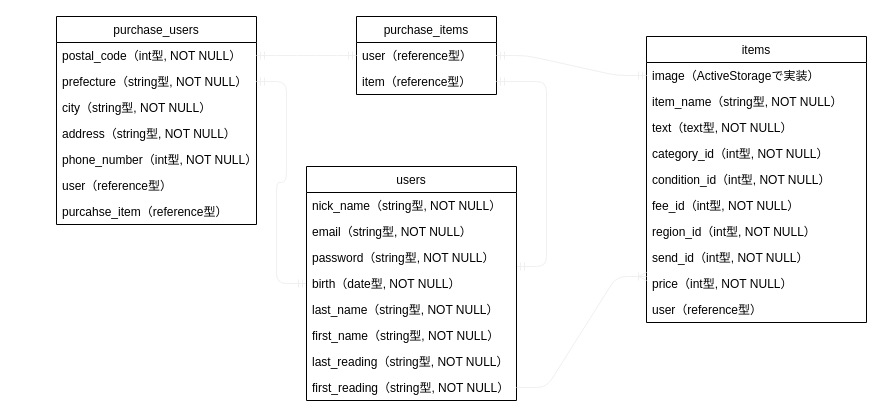
sazanami16/furima-31496 keeps this draw.io diagram as furima.dio. Above is the earlier version. Source tidied: cells renumbered, new cells numbered last; positions are measured from the earlier drawing's top-left corner, leaving out a move shared by most shapes. Both pictures are drawn from the tidied source at 100%, with x=0, y=0 at pixel (56, 16).
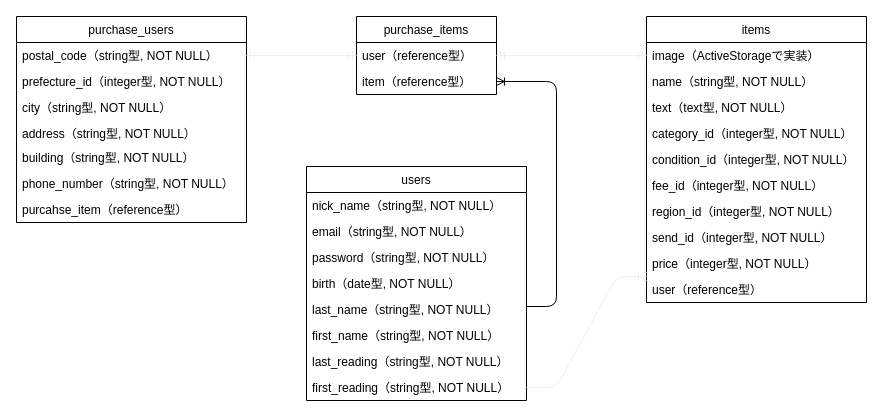
The same page after the edit.

Commit message (it also covers changes not shown here):
READMEへの設計情報記述を修正 Part3

再度カラムの追加、アソシエーションの修正等を行いました。

The change refers to these unchanged cells:
```xml
<mxCell id="16" value="item（reference型）&#10;" style="text;strokeColor=none;fillColor=none;align=left;verticalAlign=top;spacingLeft=4;spacingRight=4;overflow=hidden;points=[[0,0.5],[1,0.5]];portConstraint=eastwest;" parent="14" vertex="1">
  <mxGeometry y="52" width="140" height="26" as="geometry" />
</mxCell>
```

Diff of the diagram source:
```diff
@@
     <mxCell id="2" value="items" style="swimlane;fontStyle=0;horizontal=1;startSize=26;fillColor=none;" parent="1" vertex="1">
-      <mxGeometry x="590" y="20" width="220" height="286" as="geometry" />
+      <mxGeometry x="590" width="220" height="286" as="geometry" />
     </mxCell>
@@
-    <mxCell id="4" value="item_name（string型, NOT NULL）" style="text;strokeColor=none;fillColor=none;align=left;verticalAlign=top;spacingLeft=4;spacingRight=4;overflow=hidden;" parent="2" vertex="1">
+    <mxCell id="4" value="name（string型, NOT NULL）" style="text;strokeColor=none;fillColor=none;align=left;verticalAlign=top;spacingLeft=4;spacingRight=4;overflow=hidden;" parent="2" vertex="1">
       <mxGeometry y="52" width="220" height="26" as="geometry" />
     </mxCell>
@@
-    <mxCell id="6" value="category_id（int型, NOT NULL）" style="text;strokeColor=none;fillColor=none;align=left;verticalAlign=top;spacingLeft=4;spacingRight=4;overflow=hidden;" parent="2" vertex="1">
+    <mxCell id="6" value="category_id（integer型, NOT NULL）" style="text;strokeColor=none;fillColor=none;align=left;verticalAlign=top;spacingLeft=4;spacingRight=4;overflow=hidden;" parent="2" vertex="1">
       <mxGeometry y="104" width="220" height="26" as="geometry" />
     </mxCell>
-    <mxCell id="7" value="condition_id（int型, NOT NULL）" style="text;strokeColor=none;fillColor=none;align=left;verticalAlign=top;spacingLeft=4;spacingRight=4;overflow=hidden;" parent="2" vertex="1">
+    <mxCell id="7" value="condition_id（integer型, NOT NULL）" style="text;strokeColor=none;fillColor=none;align=left;verticalAlign=top;spacingLeft=4;spacingRight=4;overflow=hidden;" parent="2" vertex="1">
       <mxGeometry y="130" width="220" height="26" as="geometry" />
     </mxCell>
-    <mxCell id="8" value="fee_id（int型, NOT NULL）" style="text;strokeColor=none;fillColor=none;align=left;verticalAlign=top;spacingLeft=4;spacingRight=4;overflow=hidden;" parent="2" vertex="1">
+    <mxCell id="8" value="fee_id（integer型, NOT NULL）" style="text;strokeColor=none;fillColor=none;align=left;verticalAlign=top;spacingLeft=4;spacingRight=4;overflow=hidden;" parent="2" vertex="1">
       <mxGeometry y="156" width="220" height="26" as="geometry" />
     </mxCell>
-    <mxCell id="9" value="region_id（int型, NOT NULL）" style="text;strokeColor=none;fillColor=none;align=left;verticalAlign=top;spacingLeft=4;spacingRight=4;overflow=hidden;" parent="2" vertex="1">
+    <mxCell id="9" value="region_id（integer型, NOT NULL）" style="text;strokeColor=none;fillColor=none;align=left;verticalAlign=top;spacingLeft=4;spacingRight=4;overflow=hidden;" parent="2" vertex="1">
       <mxGeometry y="182" width="220" height="26" as="geometry" />
     </mxCell>
-    <mxCell id="10" value="send_id（int型, NOT NULL）" style="text;strokeColor=none;fillColor=none;align=left;verticalAlign=top;spacingLeft=4;spacingRight=4;overflow=hidden;" parent="2" vertex="1">
+    <mxCell id="10" value="send_id（integer型, NOT NULL）" style="text;strokeColor=none;fillColor=none;align=left;verticalAlign=top;spacingLeft=4;spacingRight=4;overflow=hidden;" parent="2" vertex="1">
       <mxGeometry y="208" width="220" height="26" as="geometry" />
     </mxCell>
-    <mxCell id="11" value="price（int型, NOT NULL）" style="text;strokeColor=none;fillColor=none;align=left;verticalAlign=top;spacingLeft=4;spacingRight=4;overflow=hidden;" parent="2" vertex="1">
+    <mxCell id="11" value="price（integer型, NOT NULL）" style="text;strokeColor=none;fillColor=none;align=left;verticalAlign=top;spacingLeft=4;spacingRight=4;overflow=hidden;" parent="2" vertex="1">
       <mxGeometry y="234" width="220" height="26" as="geometry" />
     </mxCell>
@@
     <mxCell id="17" value="purchase_users" style="swimlane;fontStyle=0;horizontal=1;startSize=26;fillColor=none;align=center;" parent="1" vertex="1">
-      <mxGeometry width="200" height="208" as="geometry" />
+      <mxGeometry x="-40" width="230" height="206" as="geometry" />
     </mxCell>
-    <mxCell id="18" value="postal_code（int型, NOT NULL）" style="text;strokeColor=none;fillColor=none;align=left;verticalAlign=top;spacingLeft=4;spacingRight=4;overflow=hidden;points=[[0,0.5],[1,0.5]];portConstraint=eastwest;" parent="17" vertex="1">
-      <mxGeometry y="26" width="200" height="26" as="geometry" />
+    <mxCell id="18" value="postal_code（string型, NOT NULL）" style="text;strokeColor=none;fillColor=none;align=left;verticalAlign=top;spacingLeft=4;spacingRight=4;overflow=hidden;points=[[0,0.5],[1,0.5]];portConstraint=eastwest;" parent="17" vertex="1">
+      <mxGeometry y="26" width="230" height="26" as="geometry" />
     </mxCell>
-    <mxCell id="19" value="prefecture（string型, NOT NULL）" style="text;strokeColor=none;fillColor=none;align=left;verticalAlign=top;spacingLeft=4;spacingRight=4;overflow=hidden;points=[[0,0.5],[1,0.5]];portConstraint=eastwest;" parent="17" vertex="1">
-      <mxGeometry y="52" width="200" height="26" as="geometry" />
+    <mxCell id="19" value="prefecture_id（integer型, NOT NULL）" style="text;strokeColor=none;fillColor=none;align=left;verticalAlign=top;spacingLeft=4;spacingRight=4;overflow=hidden;points=[[0,0.5],[1,0.5]];portConstraint=eastwest;" parent="17" vertex="1">
+      <mxGeometry y="52" width="230" height="26" as="geometry" />
     </mxCell>
     <mxCell id="20" value="city（string型, NOT NULL）" style="text;strokeColor=none;fillColor=none;align=left;verticalAlign=top;spacingLeft=4;spacingRight=4;overflow=hidden;" parent="17" vertex="1">
-      <mxGeometry y="78" width="200" height="26" as="geometry" />
+      <mxGeometry y="78" width="230" height="26" as="geometry" />
     </mxCell>
     <mxCell id="21" value="address（string型, NOT NULL）" style="text;strokeColor=none;fillColor=none;align=left;verticalAlign=top;spacingLeft=4;spacingRight=4;overflow=hidden;" parent="17" vertex="1">
-      <mxGeometry y="104" width="200" height="26" as="geometry" />
+      <mxGeometry y="104" width="230" height="24" as="geometry" />
     </mxCell>
+    <mxCell id="39" value="building（string型, NOT NULL）" style="text;strokeColor=none;fillColor=none;align=left;verticalAlign=top;spacingLeft=4;spacingRight=4;overflow=hidden;" parent="17" vertex="1">
+      <mxGeometry y="128" width="230" height="26" as="geometry" />
+    </mxCell>
-    <mxCell id="22" value="phone_number（int型, NOT NULL）" style="text;strokeColor=none;fillColor=none;align=left;verticalAlign=top;spacingLeft=4;spacingRight=4;overflow=hidden;" parent="17" vertex="1">
-      <mxGeometry y="130" width="200" height="26" as="geometry" />
+    <mxCell id="22" value="phone_number（string型, NOT NULL）" style="text;strokeColor=none;fillColor=none;align=left;verticalAlign=top;spacingLeft=4;spacingRight=4;overflow=hidden;" parent="17" vertex="1">
+      <mxGeometry y="154" width="230" height="26" as="geometry" />
     </mxCell>
-    <mxCell id="23" value="user（reference型）" style="text;strokeColor=none;fillColor=none;align=left;verticalAlign=top;spacingLeft=4;spacingRight=4;overflow=hidden;" parent="17" vertex="1">
-      <mxGeometry y="156" width="200" height="26" as="geometry" />
-    </mxCell>
     <mxCell id="24" value="purcahse_item（reference型）" style="text;strokeColor=none;fillColor=none;align=left;verticalAlign=top;spacingLeft=4;spacingRight=4;overflow=hidden;" parent="17" vertex="1">
-      <mxGeometry y="182" width="200" height="26" as="geometry" />
+      <mxGeometry y="180" width="230" height="26" as="geometry" />
     </mxCell>
-    <mxCell id="25" style="edgeStyle=entityRelationEdgeStyle;fontSize=12;html=1;endArrow=ERmandOne;startArrow=ERmandOne;strokeColor=#f0f0f0;exitX=1;exitY=0.5;exitDx=0;exitDy=0;" parent="1" edge="1" source="19" target="33">
-      <mxGeometry relative="1" as="geometry" />
-    </mxCell>
-    <mxCell id="26" style="edgeStyle=entityRelationEdgeStyle;fontSize=12;html=1;endArrow=ERmandOne;startArrow=ERmandOne;strokeColor=#f0f0f0;entryX=1;entryY=0.5;entryDx=0;entryDy=0;" parent="1" edge="1" target="16">
-      <mxGeometry relative="1" as="geometry">
-        <mxPoint x="460" y="250" as="sourcePoint" />
-      </mxGeometry>
-    </mxCell>
@@
     <mxCell id="29" value="users" style="swimlane;fontStyle=0;horizontal=1;startSize=26;fillColor=none;" parent="1" vertex="1">
-      <mxGeometry x="250" y="150" width="210" height="234" as="geometry" />
+      <mxGeometry x="250" y="150" width="220" height="234" as="geometry" />
     </mxCell>
     <mxCell id="30" value="nick_name（string型, NOT NULL）&#10;&#10;&#10;" style="text;strokeColor=none;fillColor=none;align=left;verticalAlign=top;spacingLeft=4;spacingRight=4;overflow=hidden;" parent="29" vertex="1">
-      <mxGeometry y="26" width="210" height="26" as="geometry" />
+      <mxGeometry y="26" width="220" height="26" as="geometry" />
     </mxCell>
     <mxCell id="31" value="email（string型, NOT NULL）" style="text;strokeColor=none;fillColor=none;align=left;verticalAlign=top;spacingLeft=4;spacingRight=4;overflow=hidden;" parent="29" vertex="1">
-      <mxGeometry y="52" width="210" height="26" as="geometry" />
+      <mxGeometry y="52" width="220" height="26" as="geometry" />
     </mxCell>
     <mxCell id="32" value="password（string型, NOT NULL）" style="text;strokeColor=none;fillColor=none;align=left;verticalAlign=top;spacingLeft=4;spacingRight=4;overflow=hidden;" parent="29" vertex="1">
-      <mxGeometry y="78" width="210" height="26" as="geometry" />
+      <mxGeometry y="78" width="220" height="26" as="geometry" />
     </mxCell>
     <mxCell id="33" value="birth（date型, NOT NULL）" style="text;strokeColor=none;fillColor=none;align=left;verticalAlign=top;spacingLeft=4;spacingRight=4;overflow=hidden;points=[[0,0.5],[1,0.5]];portConstraint=eastwest;" parent="29" vertex="1">
-      <mxGeometry y="104" width="210" height="26" as="geometry" />
+      <mxGeometry y="104" width="220" height="26" as="geometry" />
     </mxCell>
     <mxCell id="34" value="last_name（string型, NOT NULL）" style="text;strokeColor=none;fillColor=none;align=left;verticalAlign=top;spacingLeft=4;spacingRight=4;overflow=hidden;" parent="29" vertex="1">
-      <mxGeometry y="130" width="210" height="26" as="geometry" />
+      <mxGeometry y="130" width="220" height="26" as="geometry" />
     </mxCell>
     <mxCell id="35" value="first_name（string型, NOT NULL）" style="text;strokeColor=none;fillColor=none;align=left;verticalAlign=top;spacingLeft=4;spacingRight=4;overflow=hidden;" parent="29" vertex="1">
-      <mxGeometry y="156" width="210" height="26" as="geometry" />
+      <mxGeometry y="156" width="220" height="26" as="geometry" />
     </mxCell>
     <mxCell id="36" value="last_reading（string型, NOT NULL）" style="text;strokeColor=none;fillColor=none;align=left;verticalAlign=top;spacingLeft=4;spacingRight=4;overflow=hidden;" parent="29" vertex="1">
-      <mxGeometry y="182" width="210" height="26" as="geometry" />
+      <mxGeometry y="182" width="220" height="26" as="geometry" />
     </mxCell>
     <mxCell id="37" value="first_reading（string型, NOT NULL）" style="text;strokeColor=none;fillColor=none;align=left;verticalAlign=top;spacingLeft=4;spacingRight=4;overflow=hidden;points=[[0,0.5],[1,0.5]];portConstraint=eastwest;" parent="29" vertex="1">
-      <mxGeometry y="208" width="210" height="26" as="geometry" />
+      <mxGeometry y="208" width="220" height="26" as="geometry" />
     </mxCell>
@@
+    <mxCell id="40" style="edgeStyle=entityRelationEdgeStyle;fontSize=12;html=1;endArrow=ERoneToMany;entryX=1;entryY=0.5;entryDx=0;entryDy=0;" parent="1" edge="1" target="16">
+      <mxGeometry relative="1" as="geometry">
+        <mxPoint x="470" y="290" as="sourcePoint" />
+      </mxGeometry>
+    </mxCell>
```
